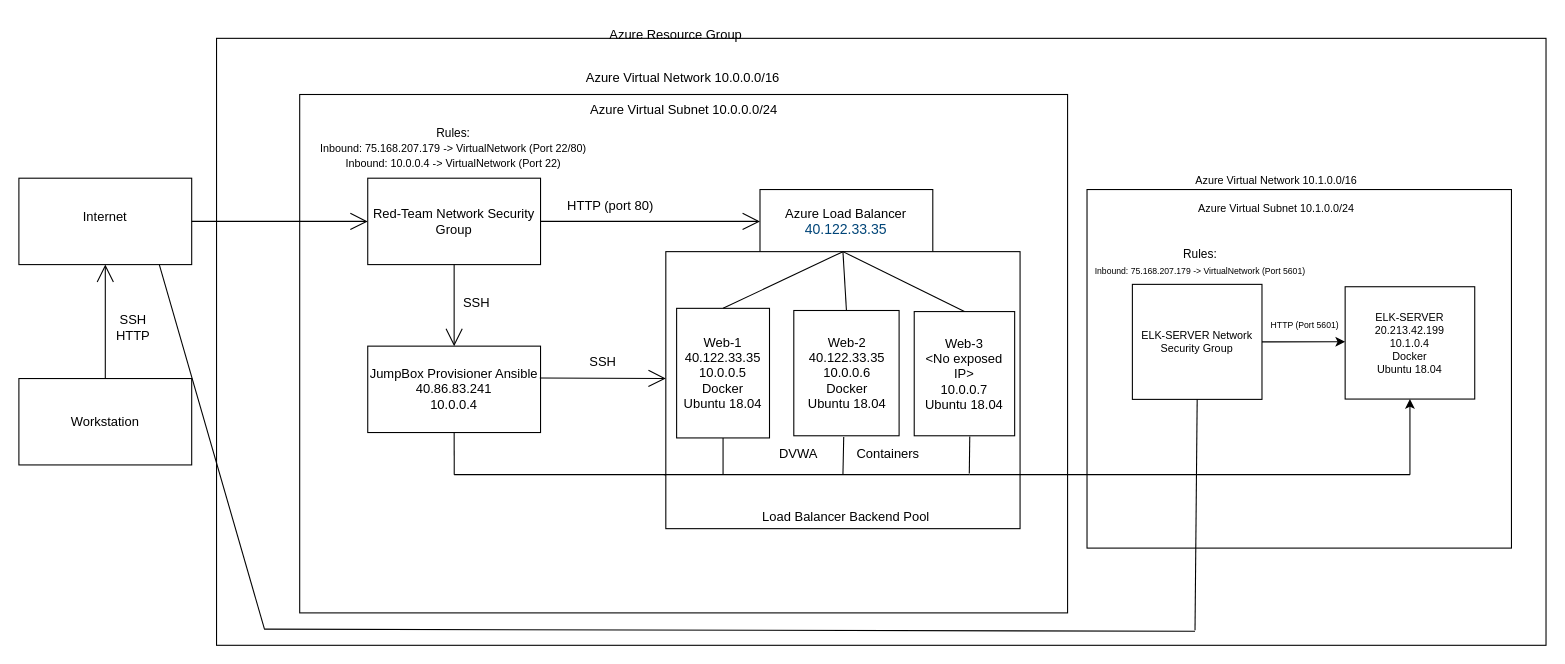
The draw.io diagram HW12CloudUnit.drawio in esteveziegler/literate-octo-sniffle, before the edit. Source tidied: cells renumbered, new cells numbered last; positions are measured from the earlier drawing's top-left corner, leaving out a move shared by most shapes. Both pictures are drawn from the tidied source at 108%, with x=0, y=0 at pixel (18, 18).
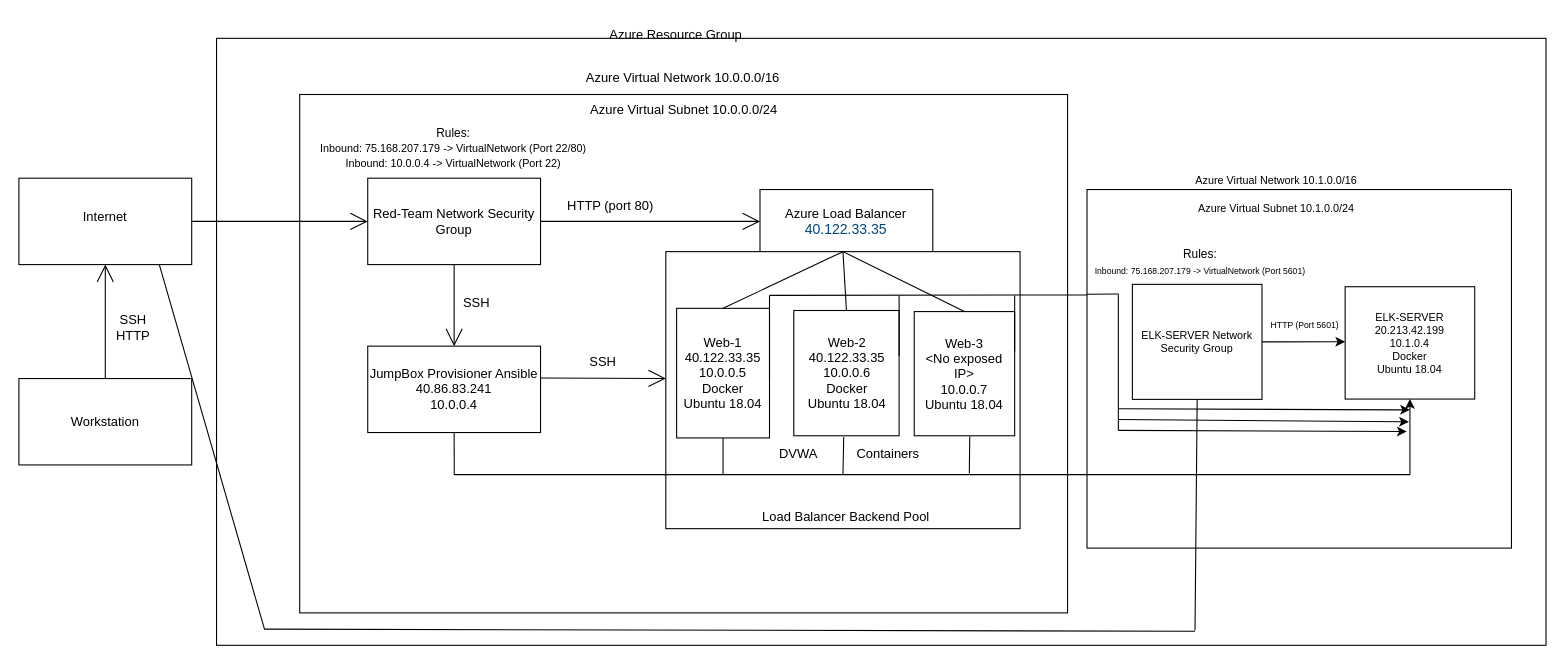
After the change.

Unchanged cells that the change refers to:
```xml
<mxCell id="44" style="rounded=0;whiteSpace=wrap;html=1;fontSize=10;" parent="1" vertex="1">
  <mxGeometry x="989" y="158" width="393" height="332" as="geometry" />
</mxCell>
<mxCell id="56" value="&lt;font&gt;&lt;span style=&quot;font-size: 11px&quot;&gt;Rules:&lt;/span&gt;&lt;br&gt;&lt;font style=&quot;font-size: 8px&quot;&gt;Inbound:&amp;nbsp;&lt;span class=&quot;fxc-gcflink-text&quot;&gt;75.168.207.179 -&amp;gt; VirtualNetwork (Port 5601)&lt;/span&gt;&lt;/font&gt;&lt;br&gt;&lt;/font&gt;" style="text;html=1;strokeColor=none;fillColor=none;align=center;verticalAlign=middle;whiteSpace=wrap;rounded=0;" parent="1" vertex="1">
  <mxGeometry x="989" y="199" width="209.7" height="51" as="geometry" />
</mxCell>
```

Diff of the diagram source:
```diff
@@
+    <mxCell id="57" style="endArrow=none;html=1;rounded=0;fontSize=8;" parent="1" edge="1">
+      <mxGeometry relative="1" as="geometry">
+        <mxPoint x="695" y="333" as="sourcePoint" />
+        <mxPoint x="695" y="256" as="targetPoint" />
+      </mxGeometry>
+    </mxCell>
+    <mxCell id="58" style="endArrow=none;html=1;rounded=0;fontSize=8;entryX=0;entryY=0.294;entryDx=0;entryDy=0;entryPerimeter=0;" parent="1" edge="1" target="44">
+      <mxGeometry relative="1" as="geometry">
+        <mxPoint x="695" y="256" as="sourcePoint" />
+      </mxGeometry>
+    </mxCell>
+    <mxCell id="59" style="endArrow=none;html=1;rounded=0;fontSize=8;" parent="1" edge="1">
+      <mxGeometry relative="1" as="geometry">
+        <mxPoint x="815" y="312" as="sourcePoint" />
+        <mxPoint x="815" y="256" as="targetPoint" />
+      </mxGeometry>
+    </mxCell>
+    <mxCell id="60" style="endArrow=none;html=1;rounded=0;fontSize=8;" parent="1" edge="1">
+      <mxGeometry relative="1" as="geometry">
+        <mxPoint x="922" y="308" as="sourcePoint" />
+        <mxPoint x="922" y="256" as="targetPoint" />
+      </mxGeometry>
+    </mxCell>
+    <mxCell id="61" style="endArrow=none;html=1;rounded=0;fontSize=8;entryX=0.14;entryY=1.092;entryDx=0;entryDy=0;entryPerimeter=0;" parent="1" edge="1" target="56">
+      <mxGeometry relative="1" as="geometry">
+        <mxPoint x="989" y="255" as="sourcePoint" />
+      </mxGeometry>
+    </mxCell>
+    <mxCell id="62" style="endArrow=none;html=1;rounded=0;fontSize=8;" parent="1" edge="1">
+      <mxGeometry relative="1" as="geometry">
+        <mxPoint x="1018" y="381" as="sourcePoint" />
+        <mxPoint x="1018" y="255" as="targetPoint" />
+      </mxGeometry>
+    </mxCell>
+    <mxCell id="63" style="endArrow=classic;html=1;rounded=0;fontSize=8;" parent="1" edge="1">
+      <mxGeometry relative="1" as="geometry">
+        <mxPoint x="1018" y="361" as="sourcePoint" />
+        <mxPoint x="1288" y="362" as="targetPoint" />
+      </mxGeometry>
+    </mxCell>
+    <mxCell id="64" style="endArrow=classic;html=1;rounded=0;fontSize=8;" parent="1" edge="1">
+      <mxGeometry relative="1" as="geometry">
+        <mxPoint x="1018" y="371" as="sourcePoint" />
+        <mxPoint x="1287" y="373" as="targetPoint" />
+      </mxGeometry>
+    </mxCell>
+    <mxCell id="65" style="endArrow=classic;html=1;rounded=0;fontSize=8;" parent="1" edge="1">
+      <mxGeometry relative="1" as="geometry">
+        <mxPoint x="1018" y="381" as="sourcePoint" />
+        <mxPoint x="1285" y="382" as="targetPoint" />
+      </mxGeometry>
+    </mxCell>
```
